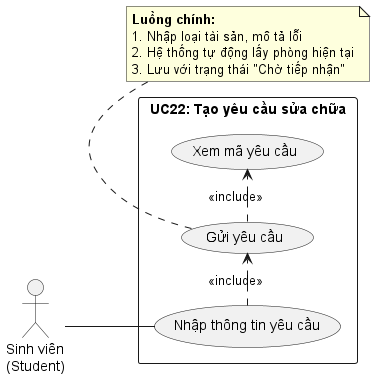
DOTHANHLUAN-24/DormitoryManagementSystem keeps this PlantUML diagram as src/DormitoryManagement/Docs/images/UC22_TaoYeuCauSuaChua.png. Above is the earlier version. Its diagram source:
```plantuml
@startuml

left to right direction
skinparam packageStyle rectangle

actor "Sinh viên\n(Student)" as Student

rectangle "UC22: Tạo yêu cầu sửa chữa" {
  usecase "Nhập thông tin yêu cầu" as UC22_Input
  usecase "Gửi yêu cầu" as UC22_Submit
  usecase "Xem mã yêu cầu" as UC22_ViewCode

  UC22_Input .> UC22_Submit : <<include>>
  UC22_Submit .> UC22_ViewCode : <<include>>
}

Student -- UC22_Input

note bottom of UC22_Submit
  <b>Luồng chính:</b>
  1. Nhập loại tài sản, mô tả lỗi
  2. Hệ thống tự động lấy phòng hiện tại
  3. Lưu với trạng thái "Chờ tiếp nhận"
end note

@enduml
```
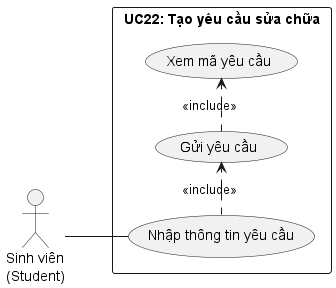
Above is the later version.

The edit, as a diff of the source:
```diff
@@ -16,11 +16,6 @@
 
 Student -- UC22_Input
 
-note bottom of UC22_Submit
-  <b>Luồng chính:</b>
-  1. Nhập loại tài sản, mô tả lỗi
-  2. Hệ thống tự động lấy phòng hiện tại
-  3. Lưu với trạng thái "Chờ tiếp nhận"
-end note
+
 
 @enduml
```
